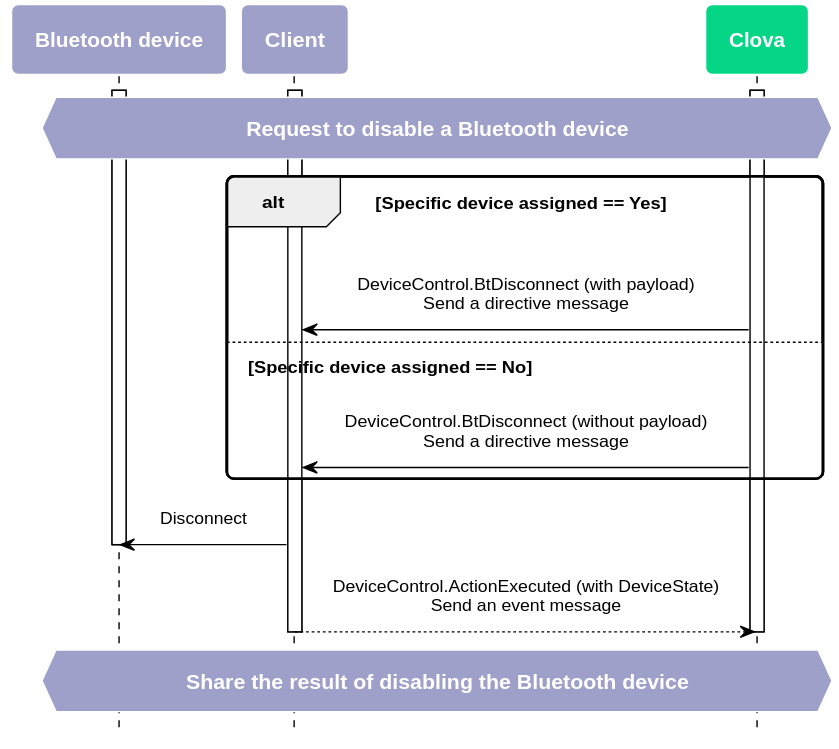
Earlier version of the PlantUML export en-KR/Develop/Assets/Images/CIC_BluetoothControl_Work_Flow4.svg (muchokwon/clova-client-developer-guide).
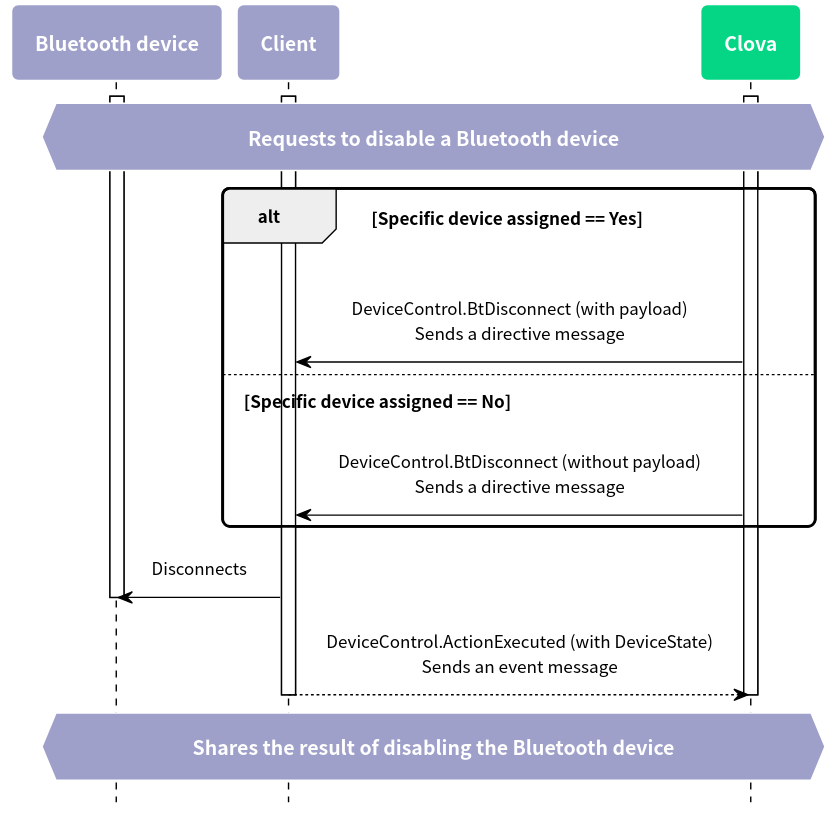
After the commit.

The edit, as a diff of the source:
```diff
@@ -5,31 +5,49 @@
 skinparam roundcorner 10
 skinparam padding 10
 skinparam defaultFontSize 12
+skinparam defaultFontName "Noto Sans CJK KR"
+
+skinparam note {
+  BackgroundColor #9EA0CA
+  BorderColor #ffffff
+  FontColor #ffffff
+  FontSize 14
+  FontStyle bold
+}
+
 skinparam sequence {
-	ArrowColor #000000
-	ActorBorderColor #000000
-	ActorFontStyle Bolder
+  ArrowColor #000000
+  ActorBorderColor #000000
+  ActorFontStyle Bolder
 
-	LifeLineBorderColor #000000
-	LifeLineBackgroundColor transparent
-	ParticipantBorderColor transparent
-	ParticipantFontSize 14
-	ParticipantFontColor #ffffff
-	ParticipantFontStyle bold
 
-	BoxBorderColor #000000
-	BoxFontColor #ffffff
+  LifeLineBorderColor #000000
+  LifeLineBackgroundColor transparent
+  ParticipantBorderColor transparent
+  ParticipantFontSize 14
+  ParticipantFontColor #ffffff
+  ParticipantFontStyle bold
+
+  BoxBorderColor #000000
+  BoxFontColor #ffffff
     BoxFontSize 14
     BoxFontStyle bold
 }
-skinparam note {
-	BackgroundColor #9EA0CA
-	BorderColor #ffffff
-	FontColor #ffffff
-	FontSize 14
-	FontStyle bold
+hide footbox
+
+skinparam activity {
+  BackgroundColor #9EA0CA
+  BarColor #ffffff
+  BorderColor #ffffff
+  DiamondBackgroundColor #05D686
+  DiamondBorderColor #ffffff
+  DiamondFontColor #ffffff
+  DiamondFontSize 14
+  DiamondFontStyle bold
+  FontColor #ffffff
+  FontSize 14
+  FontStyle bold
 }
-hide footbox
 
 participant "Bluetooth device" as device #9EA0CA
 participant Client as client #9EA0CA
@@ -37,17 +55,17 @@
 
 activate device
 activate client
-hnote over device, clova : Request to disable a Bluetooth device
+hnote over device, clova : Requests to disable a Bluetooth device
 activate clova
  alt Specific device assigned == Yes
-  clova -> client : DeviceControl.BtDisconnect (with payload)\nSend a directive message
+  clova -> client : DeviceControl.BtDisconnect (with payload)\nSends a directive message
  else Specific device assigned == No
-    clova -> client : DeviceControl.BtDisconnect (without payload)\nSend a directive message
+    clova -> client : DeviceControl.BtDisconnect (without payload)\nSends a directive message
 end
-  client -> device : Disconnect
+  client -> device : Disconnects
 deactivate device
-  client --> clova : DeviceControl.ActionExecuted (with DeviceState)\nSend an event message
-hnote over device, clova : Share the result of disabling the Bluetooth device
+  client --> clova : DeviceControl.ActionExecuted (with DeviceState)\nSends an event message
+hnote over device, clova : Shares the result of disabling the Bluetooth device
 deactivate client
 deactivate device
 deactivate clova
```
